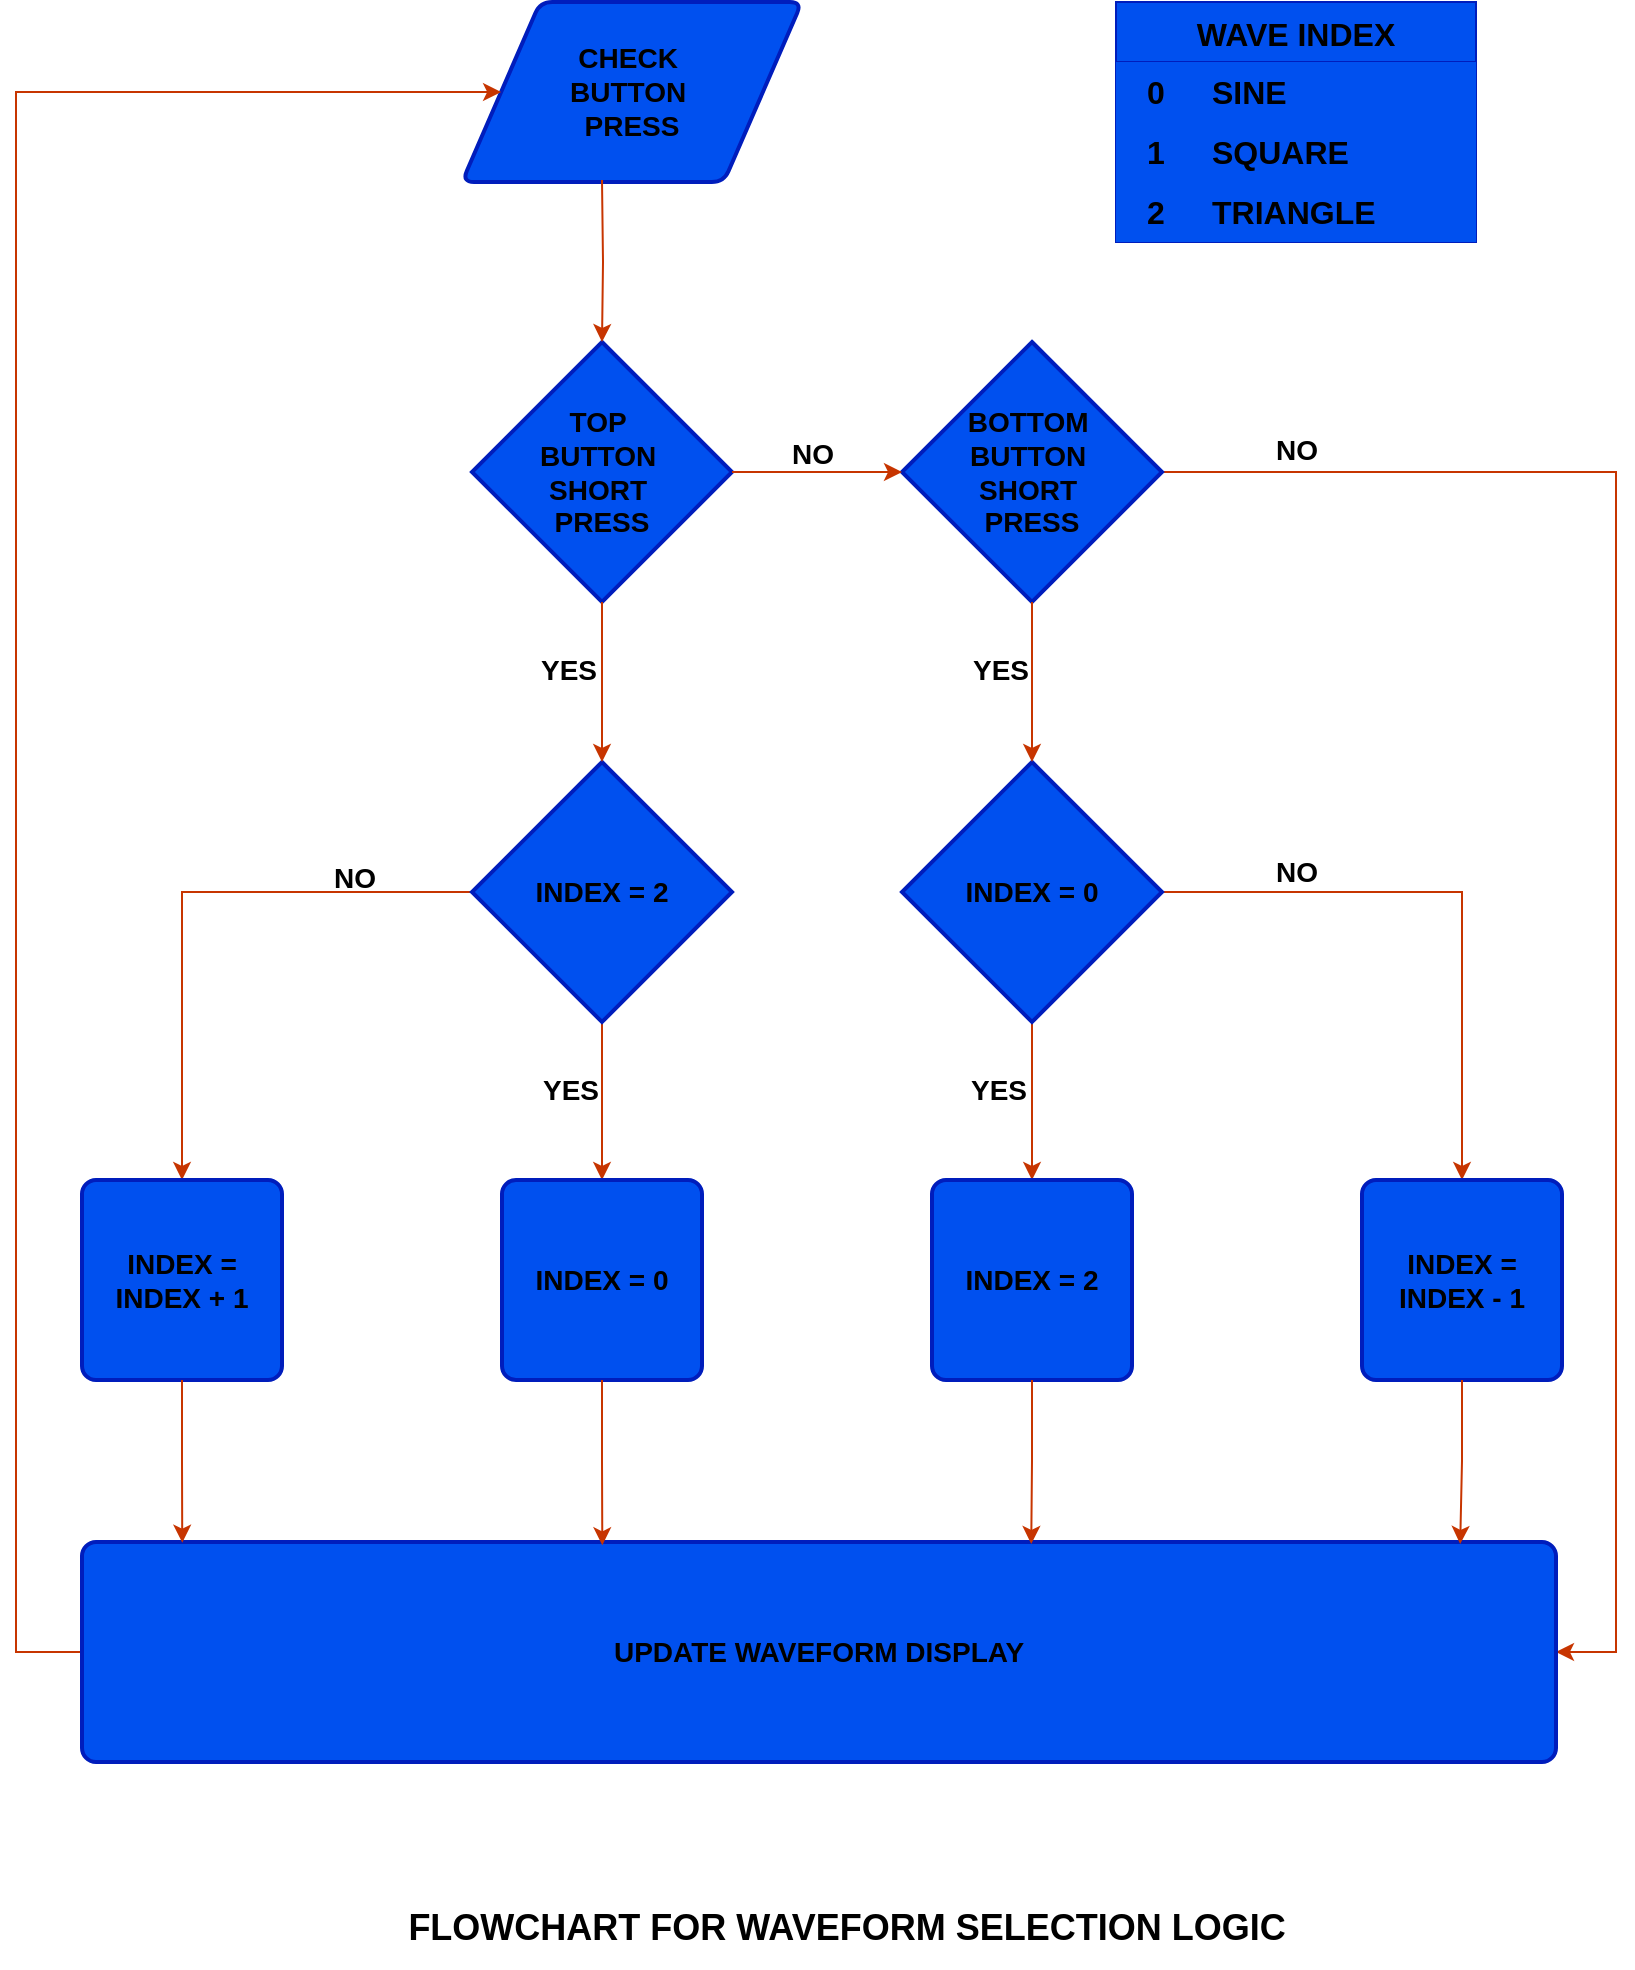
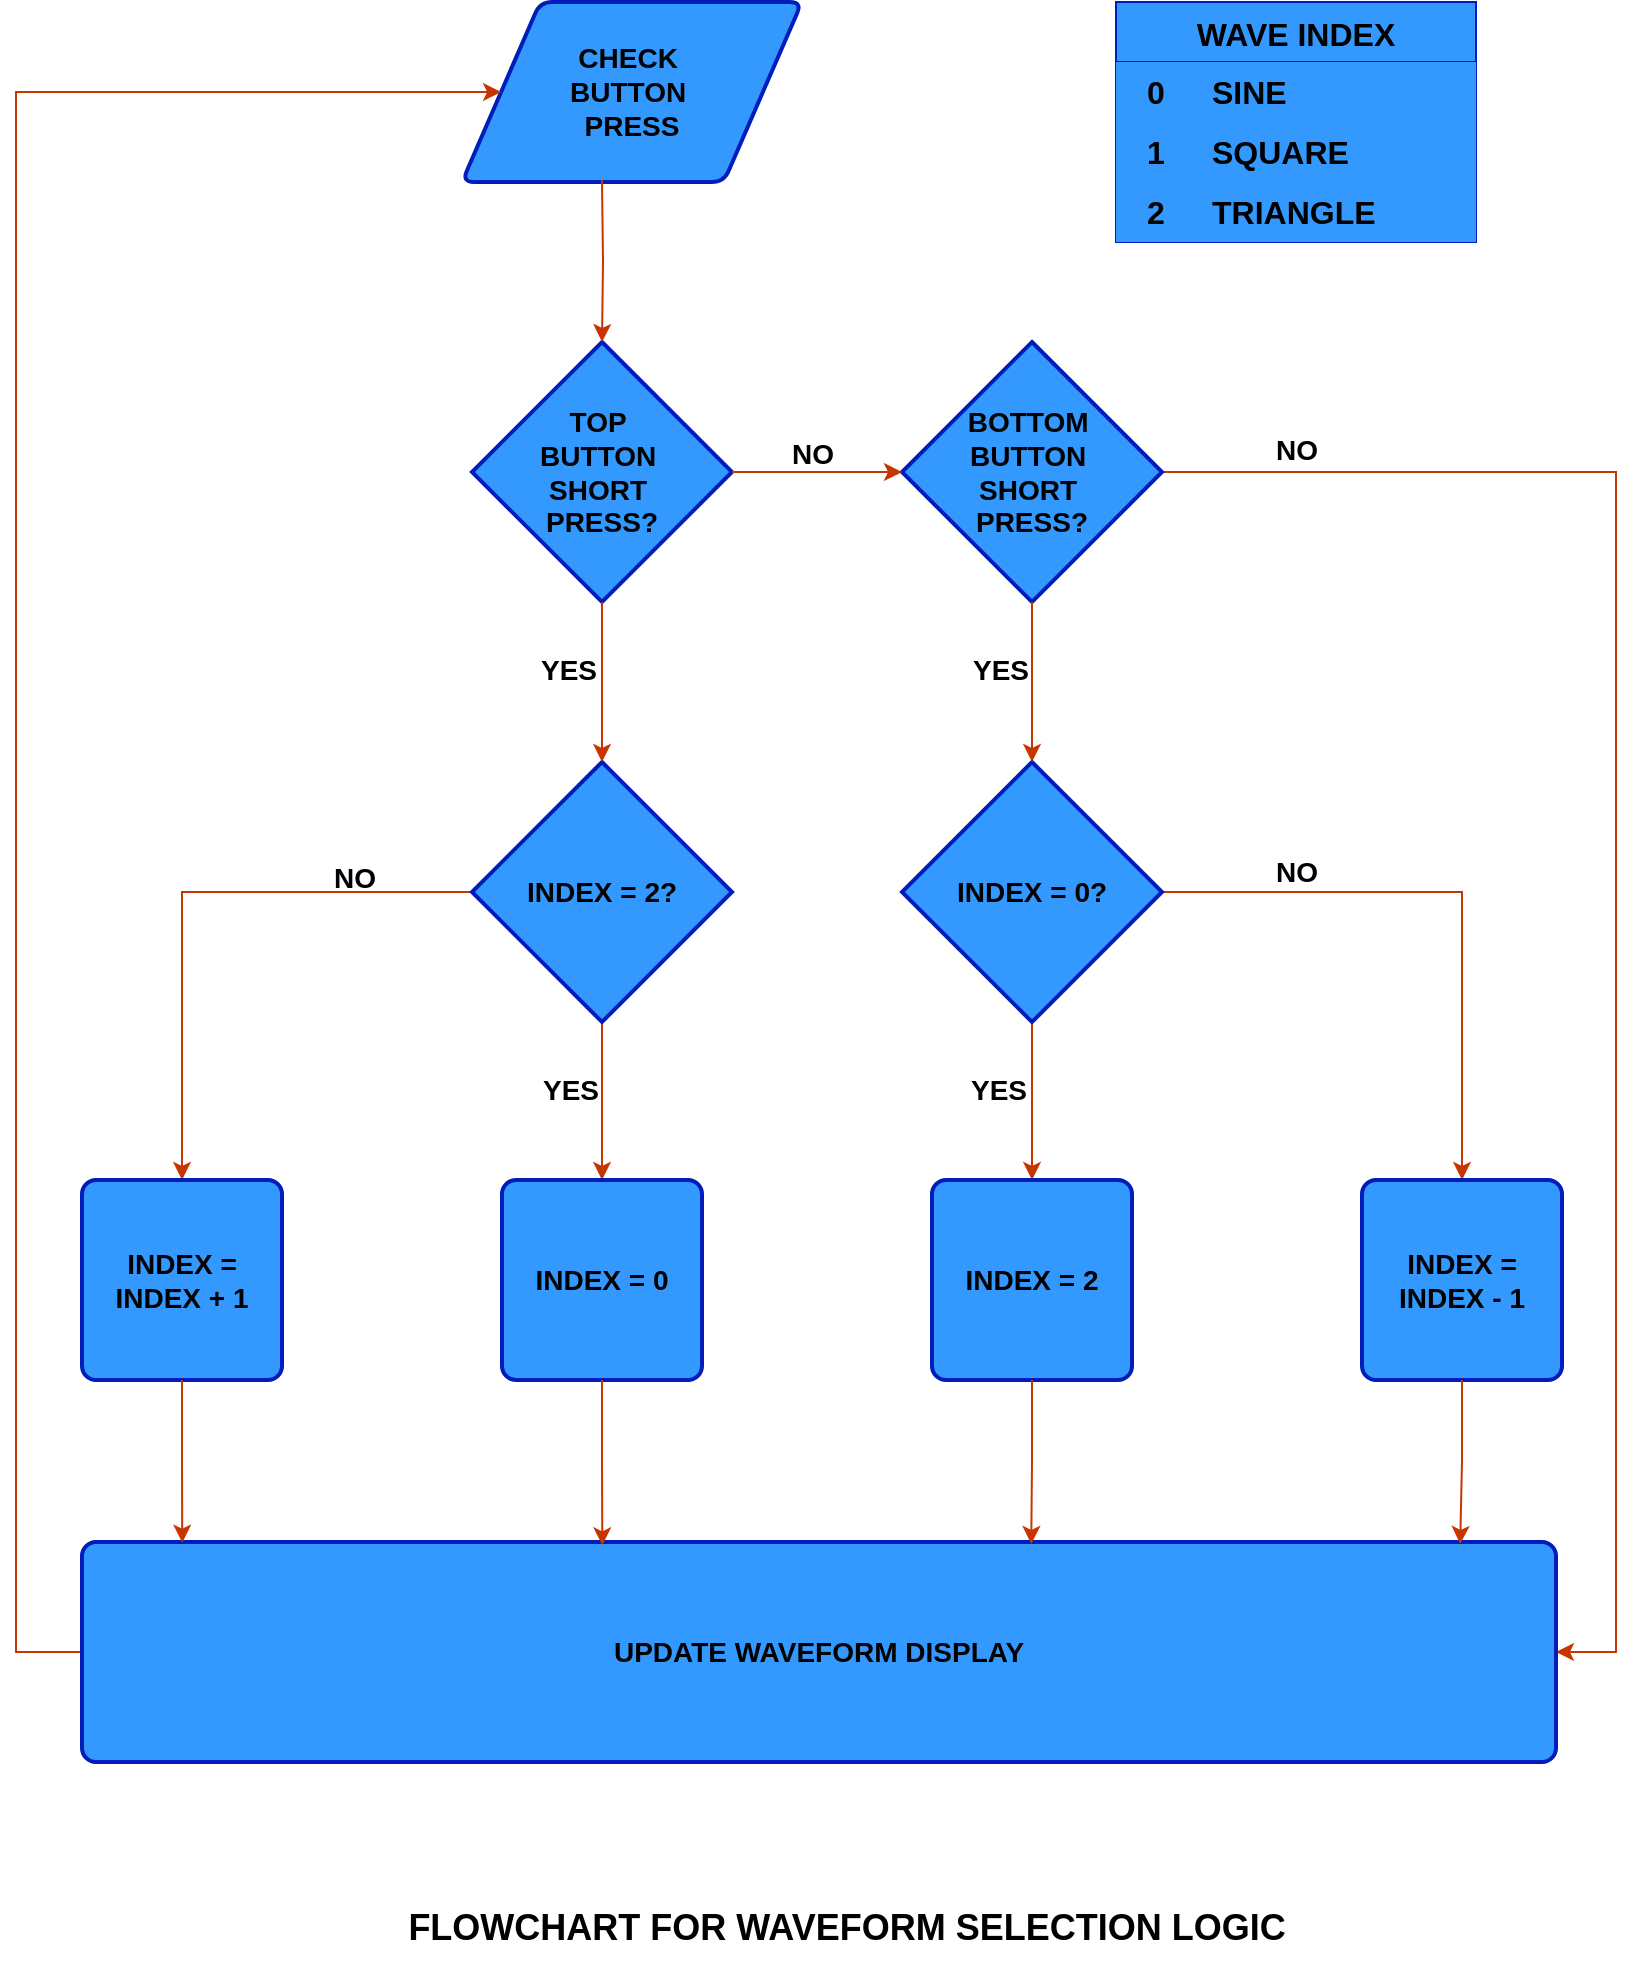
<mxfile host="Electron" agent="Mozilla/5.0 (Windows NT 10.0; Win64; x64) AppleWebKit/537.36 (KHTML, like Gecko) draw.io/25.0.2 Chrome/128.0.6613.186 Electron/32.2.5 Safari/537.36" version="25.0.2">
  <diagram name="Page-1" id="e5k1PKkikRhb9cdgyxIi">
-     <mxGraphModel dx="2933" dy="1800" grid="1" gridSize="10" guides="1" tooltips="1" connect="1" arrows="1" fold="1" page="1" pageScale="1" pageWidth="850" pageHeight="1100" math="0" shadow="0">
+     <mxGraphModel dx="880" dy="540" grid="1" gridSize="10" guides="1" tooltips="1" connect="1" arrows="1" fold="1" page="1" pageScale="1" pageWidth="850" pageHeight="1100" math="0" shadow="0">
      <root>
        <mxCell id="0" />
        <mxCell id="1" parent="0" />
-         <mxCell id="WsLoB2kRwpurbYqmuZyA-1" value="&lt;font color=&quot;#000000&quot; style=&quot;font-size: 14px;&quot;&gt;&lt;b&gt;CHECK&amp;nbsp;&lt;/b&gt;&lt;/font&gt;&lt;div&gt;&lt;font color=&quot;#000000&quot; style=&quot;font-size: 14px;&quot;&gt;&lt;b&gt;BUTTON&amp;nbsp;&lt;/b&gt;&lt;/font&gt;&lt;/div&gt;&lt;div&gt;&lt;font color=&quot;#000000&quot; style=&quot;font-size: 14px;&quot;&gt;&lt;b&gt;PRESS&lt;/b&gt;&lt;/font&gt;&lt;/div&gt;" style="shape=parallelogram;html=1;strokeWidth=2;perimeter=parallelogramPerimeter;whiteSpace=wrap;rounded=1;arcSize=12;size=0.23;fillColor=#0050ef;fontColor=#ffffff;strokeColor=#001DBC;" vertex="1" parent="1">
+         <mxCell id="WsLoB2kRwpurbYqmuZyA-1" value="&lt;font color=&quot;#000000&quot; style=&quot;font-size: 14px;&quot;&gt;&lt;b&gt;CHECK&amp;nbsp;&lt;/b&gt;&lt;/font&gt;&lt;div&gt;&lt;font color=&quot;#000000&quot; style=&quot;font-size: 14px;&quot;&gt;&lt;b&gt;BUTTON&amp;nbsp;&lt;/b&gt;&lt;/font&gt;&lt;/div&gt;&lt;div&gt;&lt;font color=&quot;#000000&quot; style=&quot;font-size: 14px;&quot;&gt;&lt;b&gt;PRESS&lt;/b&gt;&lt;/font&gt;&lt;/div&gt;" style="shape=parallelogram;html=1;strokeWidth=2;perimeter=parallelogramPerimeter;whiteSpace=wrap;rounded=1;arcSize=12;size=0.23;fillColor=#3399FF;fontColor=#ffffff;strokeColor=#001DBC;" parent="1" vertex="1">
          <mxGeometry x="233" y="70" width="170" height="90" as="geometry" />
        </mxCell>
-         <mxCell id="WsLoB2kRwpurbYqmuZyA-2" value="&lt;b&gt;&lt;font style=&quot;font-size: 14px;&quot; color=&quot;#000000&quot;&gt;TOP&amp;nbsp;&lt;/font&gt;&lt;/b&gt;&lt;div&gt;&lt;b&gt;&lt;font style=&quot;font-size: 14px;&quot; color=&quot;#000000&quot;&gt;BUTTON&amp;nbsp;&lt;/font&gt;&lt;/b&gt;&lt;/div&gt;&lt;div&gt;&lt;b&gt;&lt;font style=&quot;font-size: 14px;&quot; color=&quot;#000000&quot;&gt;SHORT&amp;nbsp;&lt;/font&gt;&lt;/b&gt;&lt;/div&gt;&lt;div&gt;&lt;b&gt;&lt;font style=&quot;font-size: 14px;&quot; color=&quot;#000000&quot;&gt;PRESS&lt;/font&gt;&lt;/b&gt;&lt;/div&gt;" style="strokeWidth=2;html=1;shape=mxgraph.flowchart.decision;whiteSpace=wrap;fillColor=#0050ef;fontColor=#ffffff;strokeColor=#001DBC;" vertex="1" parent="1">
+         <mxCell id="WsLoB2kRwpurbYqmuZyA-2" value="&lt;b&gt;&lt;font style=&quot;font-size: 14px;&quot; color=&quot;#000000&quot;&gt;TOP&amp;nbsp;&lt;/font&gt;&lt;/b&gt;&lt;div&gt;&lt;b&gt;&lt;font style=&quot;font-size: 14px;&quot; color=&quot;#000000&quot;&gt;BUTTON&amp;nbsp;&lt;/font&gt;&lt;/b&gt;&lt;/div&gt;&lt;div&gt;&lt;b&gt;&lt;font style=&quot;font-size: 14px;&quot; color=&quot;#000000&quot;&gt;SHORT&amp;nbsp;&lt;/font&gt;&lt;/b&gt;&lt;/div&gt;&lt;div&gt;&lt;b&gt;&lt;font style=&quot;font-size: 14px;&quot; color=&quot;#000000&quot;&gt;PRESS?&lt;/font&gt;&lt;/b&gt;&lt;/div&gt;" style="strokeWidth=2;html=1;shape=mxgraph.flowchart.decision;whiteSpace=wrap;fillColor=#3399FF;fontColor=#ffffff;strokeColor=#001DBC;" parent="1" vertex="1">
          <mxGeometry x="238" y="240" width="130" height="130" as="geometry" />
        </mxCell>
-         <mxCell id="WsLoB2kRwpurbYqmuZyA-18" style="edgeStyle=orthogonalEdgeStyle;rounded=0;orthogonalLoop=1;jettySize=auto;html=1;exitX=0.5;exitY=1;exitDx=0;exitDy=0;exitPerimeter=0;entryX=0.5;entryY=0;entryDx=0;entryDy=0;fillColor=#fa6800;strokeColor=#C73500;" edge="1" parent="1" source="WsLoB2kRwpurbYqmuZyA-3" target="WsLoB2kRwpurbYqmuZyA-6">
+         <mxCell id="WsLoB2kRwpurbYqmuZyA-18" style="edgeStyle=orthogonalEdgeStyle;rounded=0;orthogonalLoop=1;jettySize=auto;html=1;exitX=0.5;exitY=1;exitDx=0;exitDy=0;exitPerimeter=0;entryX=0.5;entryY=0;entryDx=0;entryDy=0;fillColor=#fa6800;strokeColor=#C73500;" parent="1" source="WsLoB2kRwpurbYqmuZyA-3" target="WsLoB2kRwpurbYqmuZyA-6" edge="1">
          <mxGeometry relative="1" as="geometry" />
        </mxCell>
-         <mxCell id="WsLoB2kRwpurbYqmuZyA-46" style="edgeStyle=orthogonalEdgeStyle;rounded=0;orthogonalLoop=1;jettySize=auto;html=1;exitX=0;exitY=0.5;exitDx=0;exitDy=0;exitPerimeter=0;entryX=0.5;entryY=0;entryDx=0;entryDy=0;fillColor=#fa6800;strokeColor=#C73500;" edge="1" parent="1" source="WsLoB2kRwpurbYqmuZyA-3" target="WsLoB2kRwpurbYqmuZyA-8">
+         <mxCell id="WsLoB2kRwpurbYqmuZyA-46" style="edgeStyle=orthogonalEdgeStyle;rounded=0;orthogonalLoop=1;jettySize=auto;html=1;exitX=0;exitY=0.5;exitDx=0;exitDy=0;exitPerimeter=0;entryX=0.5;entryY=0;entryDx=0;entryDy=0;fillColor=#fa6800;strokeColor=#C73500;" parent="1" source="WsLoB2kRwpurbYqmuZyA-3" target="WsLoB2kRwpurbYqmuZyA-8" edge="1">
          <mxGeometry relative="1" as="geometry" />
        </mxCell>
-         <mxCell id="WsLoB2kRwpurbYqmuZyA-3" value="&lt;b&gt;&lt;font style=&quot;font-size: 14px;&quot; color=&quot;#000000&quot;&gt;INDEX = 2&lt;/font&gt;&lt;/b&gt;" style="strokeWidth=2;html=1;shape=mxgraph.flowchart.decision;whiteSpace=wrap;fillColor=#0050ef;fontColor=#ffffff;strokeColor=#001DBC;" vertex="1" parent="1">
+         <mxCell id="WsLoB2kRwpurbYqmuZyA-3" value="&lt;b&gt;&lt;font style=&quot;font-size: 14px;&quot; color=&quot;#000000&quot;&gt;INDEX = 2?&lt;/font&gt;&lt;/b&gt;" style="strokeWidth=2;html=1;shape=mxgraph.flowchart.decision;whiteSpace=wrap;fillColor=#3399FF;fontColor=#ffffff;strokeColor=#001DBC;" parent="1" vertex="1">
          <mxGeometry x="238" y="450" width="130" height="130" as="geometry" />
        </mxCell>
-         <mxCell id="WsLoB2kRwpurbYqmuZyA-42" style="edgeStyle=orthogonalEdgeStyle;rounded=0;orthogonalLoop=1;jettySize=auto;html=1;exitX=1;exitY=0.5;exitDx=0;exitDy=0;exitPerimeter=0;entryX=1;entryY=0.5;entryDx=0;entryDy=0;fillColor=#fa6800;strokeColor=#C73500;" edge="1" parent="1" source="WsLoB2kRwpurbYqmuZyA-4" target="WsLoB2kRwpurbYqmuZyA-10">
+         <mxCell id="WsLoB2kRwpurbYqmuZyA-42" style="edgeStyle=orthogonalEdgeStyle;rounded=0;orthogonalLoop=1;jettySize=auto;html=1;exitX=1;exitY=0.5;exitDx=0;exitDy=0;exitPerimeter=0;entryX=1;entryY=0.5;entryDx=0;entryDy=0;fillColor=#fa6800;strokeColor=#C73500;" parent="1" source="WsLoB2kRwpurbYqmuZyA-4" target="WsLoB2kRwpurbYqmuZyA-10" edge="1">
          <mxGeometry relative="1" as="geometry">
            <Array as="points">
              <mxPoint x="810" y="305" />
              <mxPoint x="810" y="895" />
            </Array>
          </mxGeometry>
        </mxCell>
-         <mxCell id="WsLoB2kRwpurbYqmuZyA-4" value="&lt;div&gt;&lt;b&gt;&lt;font style=&quot;font-size: 14px;&quot; color=&quot;#000000&quot;&gt;&lt;span style=&quot;background-color: initial;&quot;&gt;BOTTOM&amp;nbsp;&lt;/span&gt;&lt;/font&gt;&lt;/b&gt;&lt;/div&gt;&lt;div&gt;&lt;b&gt;&lt;font style=&quot;font-size: 14px;&quot; color=&quot;#000000&quot;&gt;&lt;span style=&quot;background-color: initial;&quot;&gt;BUTTON&amp;nbsp;&lt;/span&gt;&lt;br&gt;&lt;/font&gt;&lt;/b&gt;&lt;/div&gt;&lt;div&gt;&lt;b&gt;&lt;font style=&quot;font-size: 14px;&quot; color=&quot;#000000&quot;&gt;SHORT&amp;nbsp;&lt;/font&gt;&lt;/b&gt;&lt;/div&gt;&lt;div&gt;&lt;b&gt;&lt;font style=&quot;font-size: 14px;&quot; color=&quot;#000000&quot;&gt;PRESS&lt;/font&gt;&lt;/b&gt;&lt;/div&gt;" style="strokeWidth=2;html=1;shape=mxgraph.flowchart.decision;whiteSpace=wrap;fillColor=#0050ef;fontColor=#ffffff;strokeColor=#001DBC;" vertex="1" parent="1">
+         <mxCell id="WsLoB2kRwpurbYqmuZyA-4" value="&lt;div&gt;&lt;b&gt;&lt;font style=&quot;font-size: 14px;&quot; color=&quot;#000000&quot;&gt;&lt;span style=&quot;background-color: initial;&quot;&gt;BOTTOM&amp;nbsp;&lt;/span&gt;&lt;/font&gt;&lt;/b&gt;&lt;/div&gt;&lt;div&gt;&lt;b&gt;&lt;font style=&quot;font-size: 14px;&quot; color=&quot;#000000&quot;&gt;&lt;span style=&quot;background-color: initial;&quot;&gt;BUTTON&amp;nbsp;&lt;/span&gt;&lt;br&gt;&lt;/font&gt;&lt;/b&gt;&lt;/div&gt;&lt;div&gt;&lt;b&gt;&lt;font style=&quot;font-size: 14px;&quot; color=&quot;#000000&quot;&gt;SHORT&amp;nbsp;&lt;/font&gt;&lt;/b&gt;&lt;/div&gt;&lt;div&gt;&lt;b&gt;&lt;font style=&quot;font-size: 14px;&quot; color=&quot;#000000&quot;&gt;PRESS?&lt;/font&gt;&lt;/b&gt;&lt;/div&gt;" style="strokeWidth=2;html=1;shape=mxgraph.flowchart.decision;whiteSpace=wrap;fillColor=#3399FF;fontColor=#ffffff;strokeColor=#001DBC;" parent="1" vertex="1">
          <mxGeometry x="453" y="240" width="130" height="130" as="geometry" />
        </mxCell>
-         <mxCell id="WsLoB2kRwpurbYqmuZyA-17" style="edgeStyle=orthogonalEdgeStyle;rounded=0;orthogonalLoop=1;jettySize=auto;html=1;exitX=0.5;exitY=1;exitDx=0;exitDy=0;exitPerimeter=0;entryX=0.5;entryY=0;entryDx=0;entryDy=0;fillColor=#fa6800;strokeColor=#C73500;" edge="1" parent="1" source="WsLoB2kRwpurbYqmuZyA-5" target="WsLoB2kRwpurbYqmuZyA-7">
+         <mxCell id="WsLoB2kRwpurbYqmuZyA-17" style="edgeStyle=orthogonalEdgeStyle;rounded=0;orthogonalLoop=1;jettySize=auto;html=1;exitX=0.5;exitY=1;exitDx=0;exitDy=0;exitPerimeter=0;entryX=0.5;entryY=0;entryDx=0;entryDy=0;fillColor=#fa6800;strokeColor=#C73500;" parent="1" source="WsLoB2kRwpurbYqmuZyA-5" target="WsLoB2kRwpurbYqmuZyA-7" edge="1">
          <mxGeometry relative="1" as="geometry" />
        </mxCell>
-         <mxCell id="WsLoB2kRwpurbYqmuZyA-19" style="edgeStyle=orthogonalEdgeStyle;rounded=0;orthogonalLoop=1;jettySize=auto;html=1;exitX=1;exitY=0.5;exitDx=0;exitDy=0;exitPerimeter=0;entryX=0.5;entryY=0;entryDx=0;entryDy=0;fillColor=#fa6800;strokeColor=#C73500;" edge="1" parent="1" source="WsLoB2kRwpurbYqmuZyA-5" target="WsLoB2kRwpurbYqmuZyA-9">
+         <mxCell id="WsLoB2kRwpurbYqmuZyA-19" style="edgeStyle=orthogonalEdgeStyle;rounded=0;orthogonalLoop=1;jettySize=auto;html=1;exitX=1;exitY=0.5;exitDx=0;exitDy=0;exitPerimeter=0;entryX=0.5;entryY=0;entryDx=0;entryDy=0;fillColor=#fa6800;strokeColor=#C73500;" parent="1" source="WsLoB2kRwpurbYqmuZyA-5" target="WsLoB2kRwpurbYqmuZyA-9" edge="1">
          <mxGeometry relative="1" as="geometry" />
        </mxCell>
-         <mxCell id="WsLoB2kRwpurbYqmuZyA-5" value="&lt;b&gt;&lt;font style=&quot;font-size: 14px;&quot; color=&quot;#000000&quot;&gt;INDEX = 0&lt;/font&gt;&lt;/b&gt;" style="strokeWidth=2;html=1;shape=mxgraph.flowchart.decision;whiteSpace=wrap;fillColor=#0050ef;fontColor=#ffffff;strokeColor=#001DBC;" vertex="1" parent="1">
+         <mxCell id="WsLoB2kRwpurbYqmuZyA-5" value="&lt;b&gt;&lt;font style=&quot;font-size: 14px;&quot; color=&quot;#000000&quot;&gt;INDEX = 0?&lt;/font&gt;&lt;/b&gt;" style="strokeWidth=2;html=1;shape=mxgraph.flowchart.decision;whiteSpace=wrap;fillColor=#3399FF;fontColor=#ffffff;strokeColor=#001DBC;" parent="1" vertex="1">
          <mxGeometry x="453" y="450" width="130" height="130" as="geometry" />
        </mxCell>
-         <mxCell id="WsLoB2kRwpurbYqmuZyA-6" value="&lt;b&gt;&lt;font color=&quot;#000000&quot; style=&quot;font-size: 14px;&quot;&gt;INDEX = 0&lt;/font&gt;&lt;/b&gt;" style="rounded=1;whiteSpace=wrap;html=1;absoluteArcSize=1;arcSize=14;strokeWidth=2;fillColor=#0050ef;fontColor=#ffffff;strokeColor=#001DBC;" vertex="1" parent="1">
+         <mxCell id="WsLoB2kRwpurbYqmuZyA-6" value="&lt;b&gt;&lt;font color=&quot;#000000&quot; style=&quot;font-size: 14px;&quot;&gt;INDEX = 0&lt;/font&gt;&lt;/b&gt;" style="rounded=1;whiteSpace=wrap;html=1;absoluteArcSize=1;arcSize=14;strokeWidth=2;fillColor=#3399FF;fontColor=#ffffff;strokeColor=#001DBC;" parent="1" vertex="1">
          <mxGeometry x="253" y="659" width="100" height="100" as="geometry" />
        </mxCell>
-         <mxCell id="WsLoB2kRwpurbYqmuZyA-7" value="&lt;b&gt;&lt;font color=&quot;#000000&quot; style=&quot;font-size: 14px;&quot;&gt;INDEX = 2&lt;/font&gt;&lt;/b&gt;" style="rounded=1;whiteSpace=wrap;html=1;absoluteArcSize=1;arcSize=14;strokeWidth=2;fillColor=#0050ef;fontColor=#ffffff;strokeColor=#001DBC;" vertex="1" parent="1">
+         <mxCell id="WsLoB2kRwpurbYqmuZyA-7" value="&lt;b&gt;&lt;font color=&quot;#000000&quot; style=&quot;font-size: 14px;&quot;&gt;INDEX = 2&lt;/font&gt;&lt;/b&gt;" style="rounded=1;whiteSpace=wrap;html=1;absoluteArcSize=1;arcSize=14;strokeWidth=2;fillColor=#3399FF;fontColor=#ffffff;strokeColor=#001DBC;" parent="1" vertex="1">
          <mxGeometry x="468" y="659" width="100" height="100" as="geometry" />
        </mxCell>
-         <mxCell id="WsLoB2kRwpurbYqmuZyA-8" value="&lt;b&gt;&lt;font style=&quot;font-size: 14px;&quot; color=&quot;#000000&quot;&gt;INDEX = INDEX + 1&lt;/font&gt;&lt;/b&gt;" style="rounded=1;whiteSpace=wrap;html=1;absoluteArcSize=1;arcSize=14;strokeWidth=2;fillColor=#0050ef;fontColor=#ffffff;strokeColor=#001DBC;" vertex="1" parent="1">
+         <mxCell id="WsLoB2kRwpurbYqmuZyA-8" value="&lt;b&gt;&lt;font style=&quot;font-size: 14px;&quot; color=&quot;#000000&quot;&gt;INDEX = INDEX + 1&lt;/font&gt;&lt;/b&gt;" style="rounded=1;whiteSpace=wrap;html=1;absoluteArcSize=1;arcSize=14;strokeWidth=2;fillColor=#3399FF;fontColor=#ffffff;strokeColor=#001DBC;" parent="1" vertex="1">
          <mxGeometry x="43" y="659" width="100" height="100" as="geometry" />
        </mxCell>
-         <mxCell id="WsLoB2kRwpurbYqmuZyA-9" value="&lt;b&gt;&lt;font style=&quot;font-size: 14px;&quot; color=&quot;#000000&quot;&gt;INDEX = INDEX - 1&lt;/font&gt;&lt;/b&gt;" style="rounded=1;whiteSpace=wrap;html=1;absoluteArcSize=1;arcSize=14;strokeWidth=2;fillColor=#0050ef;fontColor=#ffffff;strokeColor=#001DBC;" vertex="1" parent="1">
+         <mxCell id="WsLoB2kRwpurbYqmuZyA-9" value="&lt;b&gt;&lt;font style=&quot;font-size: 14px;&quot; color=&quot;#000000&quot;&gt;INDEX = INDEX - 1&lt;/font&gt;&lt;/b&gt;" style="rounded=1;whiteSpace=wrap;html=1;absoluteArcSize=1;arcSize=14;strokeWidth=2;fillColor=#3399FF;fontColor=#ffffff;strokeColor=#001DBC;" parent="1" vertex="1">
          <mxGeometry x="683" y="659" width="100" height="100" as="geometry" />
        </mxCell>
-         <mxCell id="WsLoB2kRwpurbYqmuZyA-43" style="edgeStyle=orthogonalEdgeStyle;rounded=0;orthogonalLoop=1;jettySize=auto;html=1;exitX=0;exitY=0.5;exitDx=0;exitDy=0;entryX=0;entryY=0.5;entryDx=0;entryDy=0;fillColor=#fa6800;strokeColor=#C73500;" edge="1" parent="1" source="WsLoB2kRwpurbYqmuZyA-10" target="WsLoB2kRwpurbYqmuZyA-1">
+         <mxCell id="WsLoB2kRwpurbYqmuZyA-43" style="edgeStyle=orthogonalEdgeStyle;rounded=0;orthogonalLoop=1;jettySize=auto;html=1;exitX=0;exitY=0.5;exitDx=0;exitDy=0;entryX=0;entryY=0.5;entryDx=0;entryDy=0;fillColor=#fa6800;strokeColor=#C73500;" parent="1" source="WsLoB2kRwpurbYqmuZyA-10" target="WsLoB2kRwpurbYqmuZyA-1" edge="1">
          <mxGeometry relative="1" as="geometry">
            <Array as="points">
              <mxPoint x="10" y="895" />
              <mxPoint x="10" y="115" />
            </Array>
          </mxGeometry>
        </mxCell>
-         <mxCell id="WsLoB2kRwpurbYqmuZyA-10" value="&lt;b&gt;&lt;font color=&quot;#000000&quot; style=&quot;font-size: 14px;&quot;&gt;UPDATE WAVEFORM DISPLAY&lt;/font&gt;&lt;/b&gt;" style="rounded=1;whiteSpace=wrap;html=1;absoluteArcSize=1;arcSize=14;strokeWidth=2;fillColor=#0050ef;fontColor=#ffffff;strokeColor=#001DBC;" vertex="1" parent="1">
+         <mxCell id="WsLoB2kRwpurbYqmuZyA-10" value="&lt;b&gt;&lt;font color=&quot;#000000&quot; style=&quot;font-size: 14px;&quot;&gt;UPDATE WAVEFORM DISPLAY&lt;/font&gt;&lt;/b&gt;" style="rounded=1;whiteSpace=wrap;html=1;absoluteArcSize=1;arcSize=14;strokeWidth=2;fillColor=#3399FF;fontColor=#ffffff;strokeColor=#001DBC;" parent="1" vertex="1">
          <mxGeometry x="43" y="840" width="737" height="110" as="geometry" />
        </mxCell>
-         <mxCell id="WsLoB2kRwpurbYqmuZyA-13" style="edgeStyle=orthogonalEdgeStyle;rounded=0;orthogonalLoop=1;jettySize=auto;html=1;entryX=0.5;entryY=0;entryDx=0;entryDy=0;entryPerimeter=0;fillColor=#fa6800;strokeColor=#C73500;" edge="1" parent="1" target="WsLoB2kRwpurbYqmuZyA-2">
+         <mxCell id="WsLoB2kRwpurbYqmuZyA-13" style="edgeStyle=orthogonalEdgeStyle;rounded=0;orthogonalLoop=1;jettySize=auto;html=1;entryX=0.5;entryY=0;entryDx=0;entryDy=0;entryPerimeter=0;fillColor=#fa6800;strokeColor=#C73500;" parent="1" target="WsLoB2kRwpurbYqmuZyA-2" edge="1">
          <mxGeometry relative="1" as="geometry">
            <mxPoint x="303" y="159" as="sourcePoint" />
            <mxPoint x="303" y="229" as="targetPoint" />
            <Array as="points" />
          </mxGeometry>
        </mxCell>
-         <mxCell id="WsLoB2kRwpurbYqmuZyA-14" style="edgeStyle=orthogonalEdgeStyle;rounded=0;orthogonalLoop=1;jettySize=auto;html=1;exitX=0.5;exitY=1;exitDx=0;exitDy=0;exitPerimeter=0;entryX=0.5;entryY=0;entryDx=0;entryDy=0;entryPerimeter=0;fillColor=#fa6800;strokeColor=#C73500;" edge="1" parent="1" source="WsLoB2kRwpurbYqmuZyA-2" target="WsLoB2kRwpurbYqmuZyA-3">
+         <mxCell id="WsLoB2kRwpurbYqmuZyA-14" style="edgeStyle=orthogonalEdgeStyle;rounded=0;orthogonalLoop=1;jettySize=auto;html=1;exitX=0.5;exitY=1;exitDx=0;exitDy=0;exitPerimeter=0;entryX=0.5;entryY=0;entryDx=0;entryDy=0;entryPerimeter=0;fillColor=#fa6800;strokeColor=#C73500;" parent="1" source="WsLoB2kRwpurbYqmuZyA-2" target="WsLoB2kRwpurbYqmuZyA-3" edge="1">
          <mxGeometry relative="1" as="geometry" />
        </mxCell>
-         <mxCell id="WsLoB2kRwpurbYqmuZyA-15" style="edgeStyle=orthogonalEdgeStyle;rounded=0;orthogonalLoop=1;jettySize=auto;html=1;exitX=1;exitY=0.5;exitDx=0;exitDy=0;exitPerimeter=0;entryX=0;entryY=0.5;entryDx=0;entryDy=0;entryPerimeter=0;fillColor=#fa6800;strokeColor=#C73500;" edge="1" parent="1" source="WsLoB2kRwpurbYqmuZyA-2" target="WsLoB2kRwpurbYqmuZyA-4">
+         <mxCell id="WsLoB2kRwpurbYqmuZyA-15" style="edgeStyle=orthogonalEdgeStyle;rounded=0;orthogonalLoop=1;jettySize=auto;html=1;exitX=1;exitY=0.5;exitDx=0;exitDy=0;exitPerimeter=0;entryX=0;entryY=0.5;entryDx=0;entryDy=0;entryPerimeter=0;fillColor=#fa6800;strokeColor=#C73500;" parent="1" source="WsLoB2kRwpurbYqmuZyA-2" target="WsLoB2kRwpurbYqmuZyA-4" edge="1">
          <mxGeometry relative="1" as="geometry" />
        </mxCell>
-         <mxCell id="WsLoB2kRwpurbYqmuZyA-16" style="edgeStyle=orthogonalEdgeStyle;rounded=0;orthogonalLoop=1;jettySize=auto;html=1;exitX=0.5;exitY=1;exitDx=0;exitDy=0;exitPerimeter=0;entryX=0.5;entryY=0;entryDx=0;entryDy=0;entryPerimeter=0;fillColor=#fa6800;strokeColor=#C73500;" edge="1" parent="1" source="WsLoB2kRwpurbYqmuZyA-4" target="WsLoB2kRwpurbYqmuZyA-5">
+         <mxCell id="WsLoB2kRwpurbYqmuZyA-16" style="edgeStyle=orthogonalEdgeStyle;rounded=0;orthogonalLoop=1;jettySize=auto;html=1;exitX=0.5;exitY=1;exitDx=0;exitDy=0;exitPerimeter=0;entryX=0.5;entryY=0;entryDx=0;entryDy=0;entryPerimeter=0;fillColor=#fa6800;strokeColor=#C73500;" parent="1" source="WsLoB2kRwpurbYqmuZyA-4" target="WsLoB2kRwpurbYqmuZyA-5" edge="1">
          <mxGeometry relative="1" as="geometry" />
        </mxCell>
-         <mxCell id="WsLoB2kRwpurbYqmuZyA-38" style="edgeStyle=orthogonalEdgeStyle;rounded=0;orthogonalLoop=1;jettySize=auto;html=1;exitX=0.5;exitY=1;exitDx=0;exitDy=0;entryX=0.935;entryY=0.009;entryDx=0;entryDy=0;entryPerimeter=0;fillColor=#fa6800;strokeColor=#C73500;" edge="1" parent="1" source="WsLoB2kRwpurbYqmuZyA-9" target="WsLoB2kRwpurbYqmuZyA-10">
+         <mxCell id="WsLoB2kRwpurbYqmuZyA-38" style="edgeStyle=orthogonalEdgeStyle;rounded=0;orthogonalLoop=1;jettySize=auto;html=1;exitX=0.5;exitY=1;exitDx=0;exitDy=0;entryX=0.935;entryY=0.009;entryDx=0;entryDy=0;entryPerimeter=0;fillColor=#fa6800;strokeColor=#C73500;" parent="1" source="WsLoB2kRwpurbYqmuZyA-9" target="WsLoB2kRwpurbYqmuZyA-10" edge="1">
          <mxGeometry relative="1" as="geometry" />
        </mxCell>
-         <mxCell id="WsLoB2kRwpurbYqmuZyA-39" style="edgeStyle=orthogonalEdgeStyle;rounded=0;orthogonalLoop=1;jettySize=auto;html=1;exitX=0.5;exitY=1;exitDx=0;exitDy=0;entryX=0.644;entryY=0.009;entryDx=0;entryDy=0;entryPerimeter=0;fillColor=#fa6800;strokeColor=#C73500;" edge="1" parent="1" source="WsLoB2kRwpurbYqmuZyA-7" target="WsLoB2kRwpurbYqmuZyA-10">
+         <mxCell id="WsLoB2kRwpurbYqmuZyA-39" style="edgeStyle=orthogonalEdgeStyle;rounded=0;orthogonalLoop=1;jettySize=auto;html=1;exitX=0.5;exitY=1;exitDx=0;exitDy=0;entryX=0.644;entryY=0.009;entryDx=0;entryDy=0;entryPerimeter=0;fillColor=#fa6800;strokeColor=#C73500;" parent="1" source="WsLoB2kRwpurbYqmuZyA-7" target="WsLoB2kRwpurbYqmuZyA-10" edge="1">
          <mxGeometry relative="1" as="geometry" />
        </mxCell>
-         <mxCell id="WsLoB2kRwpurbYqmuZyA-40" style="edgeStyle=orthogonalEdgeStyle;rounded=0;orthogonalLoop=1;jettySize=auto;html=1;exitX=0.5;exitY=1;exitDx=0;exitDy=0;entryX=0.353;entryY=0.015;entryDx=0;entryDy=0;entryPerimeter=0;fillColor=#fa6800;strokeColor=#C73500;" edge="1" parent="1" source="WsLoB2kRwpurbYqmuZyA-6" target="WsLoB2kRwpurbYqmuZyA-10">
+         <mxCell id="WsLoB2kRwpurbYqmuZyA-40" style="edgeStyle=orthogonalEdgeStyle;rounded=0;orthogonalLoop=1;jettySize=auto;html=1;exitX=0.5;exitY=1;exitDx=0;exitDy=0;entryX=0.353;entryY=0.015;entryDx=0;entryDy=0;entryPerimeter=0;fillColor=#fa6800;strokeColor=#C73500;" parent="1" source="WsLoB2kRwpurbYqmuZyA-6" target="WsLoB2kRwpurbYqmuZyA-10" edge="1">
          <mxGeometry relative="1" as="geometry" />
        </mxCell>
-         <mxCell id="WsLoB2kRwpurbYqmuZyA-41" style="edgeStyle=orthogonalEdgeStyle;rounded=0;orthogonalLoop=1;jettySize=auto;html=1;exitX=0.5;exitY=1;exitDx=0;exitDy=0;entryX=0.068;entryY=0.003;entryDx=0;entryDy=0;entryPerimeter=0;fillColor=#fa6800;strokeColor=#C73500;" edge="1" parent="1" source="WsLoB2kRwpurbYqmuZyA-8" target="WsLoB2kRwpurbYqmuZyA-10">
+         <mxCell id="WsLoB2kRwpurbYqmuZyA-41" style="edgeStyle=orthogonalEdgeStyle;rounded=0;orthogonalLoop=1;jettySize=auto;html=1;exitX=0.5;exitY=1;exitDx=0;exitDy=0;entryX=0.068;entryY=0.003;entryDx=0;entryDy=0;entryPerimeter=0;fillColor=#fa6800;strokeColor=#C73500;" parent="1" source="WsLoB2kRwpurbYqmuZyA-8" target="WsLoB2kRwpurbYqmuZyA-10" edge="1">
          <mxGeometry relative="1" as="geometry" />
        </mxCell>
-         <mxCell id="WsLoB2kRwpurbYqmuZyA-44" value="&lt;font color=&quot;#000000&quot; style=&quot;font-size: 14px;&quot;&gt;&lt;b&gt;YES&lt;/b&gt;&lt;/font&gt;" style="text;html=1;align=center;verticalAlign=middle;resizable=0;points=[];autosize=1;strokeColor=none;fillColor=none;" vertex="1" parent="1">
+         <mxCell id="WsLoB2kRwpurbYqmuZyA-44" value="&lt;font color=&quot;#000000&quot; style=&quot;font-size: 14px;&quot;&gt;&lt;b&gt;YES&lt;/b&gt;&lt;/font&gt;" style="text;html=1;align=center;verticalAlign=middle;resizable=0;points=[];autosize=1;strokeColor=none;fillColor=none;" parent="1" vertex="1">
          <mxGeometry x="261" y="389" width="50" height="30" as="geometry" />
        </mxCell>
-         <mxCell id="WsLoB2kRwpurbYqmuZyA-45" value="&lt;b&gt;&lt;font style=&quot;font-size: 14px;&quot; color=&quot;#000000&quot;&gt;NO&lt;/font&gt;&lt;/b&gt;" style="text;html=1;align=center;verticalAlign=middle;resizable=0;points=[];autosize=1;strokeColor=none;fillColor=none;" vertex="1" parent="1">
+         <mxCell id="WsLoB2kRwpurbYqmuZyA-45" value="&lt;b&gt;&lt;font style=&quot;font-size: 14px;&quot; color=&quot;#000000&quot;&gt;NO&lt;/font&gt;&lt;/b&gt;" style="text;html=1;align=center;verticalAlign=middle;resizable=0;points=[];autosize=1;strokeColor=none;fillColor=none;" parent="1" vertex="1">
          <mxGeometry x="388" y="281" width="40" height="30" as="geometry" />
        </mxCell>
-         <mxCell id="WsLoB2kRwpurbYqmuZyA-47" value="&lt;font color=&quot;#000000&quot; style=&quot;font-size: 14px;&quot;&gt;&lt;b&gt;YES&lt;/b&gt;&lt;/font&gt;" style="text;html=1;align=center;verticalAlign=middle;resizable=0;points=[];autosize=1;strokeColor=none;fillColor=none;" vertex="1" parent="1">
+         <mxCell id="WsLoB2kRwpurbYqmuZyA-47" value="&lt;font color=&quot;#000000&quot; style=&quot;font-size: 14px;&quot;&gt;&lt;b&gt;YES&lt;/b&gt;&lt;/font&gt;" style="text;html=1;align=center;verticalAlign=middle;resizable=0;points=[];autosize=1;strokeColor=none;fillColor=none;" parent="1" vertex="1">
          <mxGeometry x="262" y="599" width="50" height="30" as="geometry" />
        </mxCell>
-         <mxCell id="WsLoB2kRwpurbYqmuZyA-48" value="&lt;b&gt;&lt;font style=&quot;font-size: 14px;&quot; color=&quot;#000000&quot;&gt;NO&lt;/font&gt;&lt;/b&gt;" style="text;html=1;align=center;verticalAlign=middle;resizable=0;points=[];autosize=1;strokeColor=none;fillColor=none;" vertex="1" parent="1">
+         <mxCell id="WsLoB2kRwpurbYqmuZyA-48" value="&lt;b&gt;&lt;font style=&quot;font-size: 14px;&quot; color=&quot;#000000&quot;&gt;NO&lt;/font&gt;&lt;/b&gt;" style="text;html=1;align=center;verticalAlign=middle;resizable=0;points=[];autosize=1;strokeColor=none;fillColor=none;" parent="1" vertex="1">
          <mxGeometry x="159" y="493" width="40" height="30" as="geometry" />
        </mxCell>
-         <mxCell id="WsLoB2kRwpurbYqmuZyA-49" value="&lt;font color=&quot;#000000&quot; style=&quot;font-size: 14px;&quot;&gt;&lt;b&gt;YES&lt;/b&gt;&lt;/font&gt;" style="text;html=1;align=center;verticalAlign=middle;resizable=0;points=[];autosize=1;strokeColor=none;fillColor=none;" vertex="1" parent="1">
+         <mxCell id="WsLoB2kRwpurbYqmuZyA-49" value="&lt;font color=&quot;#000000&quot; style=&quot;font-size: 14px;&quot;&gt;&lt;b&gt;YES&lt;/b&gt;&lt;/font&gt;" style="text;html=1;align=center;verticalAlign=middle;resizable=0;points=[];autosize=1;strokeColor=none;fillColor=none;" parent="1" vertex="1">
          <mxGeometry x="477" y="389" width="50" height="30" as="geometry" />
        </mxCell>
-         <mxCell id="WsLoB2kRwpurbYqmuZyA-50" value="&lt;font color=&quot;#000000&quot; style=&quot;font-size: 14px;&quot;&gt;&lt;b&gt;YES&lt;/b&gt;&lt;/font&gt;" style="text;html=1;align=center;verticalAlign=middle;resizable=0;points=[];autosize=1;strokeColor=none;fillColor=none;" vertex="1" parent="1">
+         <mxCell id="WsLoB2kRwpurbYqmuZyA-50" value="&lt;font color=&quot;#000000&quot; style=&quot;font-size: 14px;&quot;&gt;&lt;b&gt;YES&lt;/b&gt;&lt;/font&gt;" style="text;html=1;align=center;verticalAlign=middle;resizable=0;points=[];autosize=1;strokeColor=none;fillColor=none;" parent="1" vertex="1">
          <mxGeometry x="476" y="599" width="50" height="30" as="geometry" />
        </mxCell>
-         <mxCell id="WsLoB2kRwpurbYqmuZyA-51" value="&lt;b&gt;&lt;font style=&quot;font-size: 14px;&quot; color=&quot;#000000&quot;&gt;NO&lt;/font&gt;&lt;/b&gt;" style="text;html=1;align=center;verticalAlign=middle;resizable=0;points=[];autosize=1;strokeColor=none;fillColor=none;" vertex="1" parent="1">
+         <mxCell id="WsLoB2kRwpurbYqmuZyA-51" value="&lt;b&gt;&lt;font style=&quot;font-size: 14px;&quot; color=&quot;#000000&quot;&gt;NO&lt;/font&gt;&lt;/b&gt;" style="text;html=1;align=center;verticalAlign=middle;resizable=0;points=[];autosize=1;strokeColor=none;fillColor=none;" parent="1" vertex="1">
          <mxGeometry x="630" y="490" width="40" height="30" as="geometry" />
        </mxCell>
-         <mxCell id="WsLoB2kRwpurbYqmuZyA-52" value="&lt;b&gt;&lt;font style=&quot;font-size: 14px;&quot; color=&quot;#000000&quot;&gt;NO&lt;/font&gt;&lt;/b&gt;" style="text;html=1;align=center;verticalAlign=middle;resizable=0;points=[];autosize=1;strokeColor=none;fillColor=none;" vertex="1" parent="1">
+         <mxCell id="WsLoB2kRwpurbYqmuZyA-52" value="&lt;b&gt;&lt;font style=&quot;font-size: 14px;&quot; color=&quot;#000000&quot;&gt;NO&lt;/font&gt;&lt;/b&gt;" style="text;html=1;align=center;verticalAlign=middle;resizable=0;points=[];autosize=1;strokeColor=none;fillColor=none;" parent="1" vertex="1">
          <mxGeometry x="630" y="279" width="40" height="30" as="geometry" />
        </mxCell>
-         <mxCell id="WsLoB2kRwpurbYqmuZyA-54" value="WAVE INDEX" style="shape=table;startSize=30;container=1;collapsible=0;childLayout=tableLayout;fixedRows=1;rowLines=0;fontStyle=1;strokeColor=#001DBC;fontSize=16;fontColor=#000000;fillColor=#0050ef;" vertex="1" parent="1">
+         <mxCell id="WsLoB2kRwpurbYqmuZyA-54" value="WAVE INDEX" style="shape=table;startSize=30;container=1;collapsible=0;childLayout=tableLayout;fixedRows=1;rowLines=0;fontStyle=1;strokeColor=#001DBC;fontSize=16;fontColor=#000000;fillColor=#3399FF;" parent="1" vertex="1">
          <mxGeometry x="560" y="70" width="180" height="120" as="geometry" />
        </mxCell>
-         <mxCell id="WsLoB2kRwpurbYqmuZyA-55" value="" style="shape=tableRow;horizontal=0;startSize=0;swimlaneHead=0;swimlaneBody=0;top=0;left=0;bottom=0;right=0;collapsible=0;dropTarget=0;fillColor=none;points=[[0,0.5],[1,0.5]];portConstraint=eastwest;strokeColor=inherit;fontSize=16;" vertex="1" parent="WsLoB2kRwpurbYqmuZyA-54">
+         <mxCell id="WsLoB2kRwpurbYqmuZyA-55" value="" style="shape=tableRow;horizontal=0;startSize=0;swimlaneHead=0;swimlaneBody=0;top=0;left=0;bottom=0;right=0;collapsible=0;dropTarget=0;fillColor=none;points=[[0,0.5],[1,0.5]];portConstraint=eastwest;strokeColor=inherit;fontSize=16;" parent="WsLoB2kRwpurbYqmuZyA-54" vertex="1">
          <mxGeometry y="30" width="180" height="30" as="geometry" />
        </mxCell>
-         <mxCell id="WsLoB2kRwpurbYqmuZyA-56" value="&lt;b&gt;&lt;font color=&quot;#000000&quot;&gt;0&lt;/font&gt;&lt;/b&gt;" style="shape=partialRectangle;html=1;whiteSpace=wrap;connectable=0;fillColor=#0050ef;top=0;left=0;bottom=0;right=0;overflow=hidden;pointerEvents=1;strokeColor=#001DBC;fontSize=16;fontColor=#ffffff;" vertex="1" parent="WsLoB2kRwpurbYqmuZyA-55">
+         <mxCell id="WsLoB2kRwpurbYqmuZyA-56" value="&lt;b&gt;&lt;font color=&quot;#000000&quot;&gt;0&lt;/font&gt;&lt;/b&gt;" style="shape=partialRectangle;html=1;whiteSpace=wrap;connectable=0;fillColor=#3399FF;top=0;left=0;bottom=0;right=0;overflow=hidden;pointerEvents=1;strokeColor=#001DBC;fontSize=16;fontColor=#ffffff;" parent="WsLoB2kRwpurbYqmuZyA-55" vertex="1">
          <mxGeometry width="40" height="30" as="geometry">
            <mxRectangle width="40" height="30" as="alternateBounds" />
          </mxGeometry>
        </mxCell>
-         <mxCell id="WsLoB2kRwpurbYqmuZyA-57" value="&lt;b&gt;&lt;font color=&quot;#000000&quot;&gt;SINE&lt;/font&gt;&lt;/b&gt;" style="shape=partialRectangle;html=1;whiteSpace=wrap;connectable=0;fillColor=#0050ef;top=0;left=0;bottom=0;right=0;align=left;spacingLeft=6;overflow=hidden;strokeColor=#001DBC;fontSize=16;fontColor=#ffffff;" vertex="1" parent="WsLoB2kRwpurbYqmuZyA-55">
+         <mxCell id="WsLoB2kRwpurbYqmuZyA-57" value="&lt;b&gt;&lt;font color=&quot;#000000&quot;&gt;SINE&lt;/font&gt;&lt;/b&gt;" style="shape=partialRectangle;html=1;whiteSpace=wrap;connectable=0;fillColor=#3399FF;top=0;left=0;bottom=0;right=0;align=left;spacingLeft=6;overflow=hidden;strokeColor=#001DBC;fontSize=16;fontColor=#ffffff;" parent="WsLoB2kRwpurbYqmuZyA-55" vertex="1">
          <mxGeometry x="40" width="140" height="30" as="geometry">
            <mxRectangle width="140" height="30" as="alternateBounds" />
          </mxGeometry>
        </mxCell>
-         <mxCell id="WsLoB2kRwpurbYqmuZyA-58" value="" style="shape=tableRow;horizontal=0;startSize=0;swimlaneHead=0;swimlaneBody=0;top=0;left=0;bottom=0;right=0;collapsible=0;dropTarget=0;fillColor=none;points=[[0,0.5],[1,0.5]];portConstraint=eastwest;strokeColor=inherit;fontSize=16;" vertex="1" parent="WsLoB2kRwpurbYqmuZyA-54">
+         <mxCell id="WsLoB2kRwpurbYqmuZyA-58" value="" style="shape=tableRow;horizontal=0;startSize=0;swimlaneHead=0;swimlaneBody=0;top=0;left=0;bottom=0;right=0;collapsible=0;dropTarget=0;fillColor=none;points=[[0,0.5],[1,0.5]];portConstraint=eastwest;strokeColor=inherit;fontSize=16;" parent="WsLoB2kRwpurbYqmuZyA-54" vertex="1">
          <mxGeometry y="60" width="180" height="30" as="geometry" />
        </mxCell>
-         <mxCell id="WsLoB2kRwpurbYqmuZyA-59" value="&lt;b&gt;&lt;font color=&quot;#000000&quot;&gt;1&lt;/font&gt;&lt;/b&gt;" style="shape=partialRectangle;html=1;whiteSpace=wrap;connectable=0;fillColor=#0050ef;top=0;left=0;bottom=0;right=0;overflow=hidden;strokeColor=#001DBC;fontSize=16;fontColor=#ffffff;" vertex="1" parent="WsLoB2kRwpurbYqmuZyA-58">
+         <mxCell id="WsLoB2kRwpurbYqmuZyA-59" value="&lt;b&gt;&lt;font color=&quot;#000000&quot;&gt;1&lt;/font&gt;&lt;/b&gt;" style="shape=partialRectangle;html=1;whiteSpace=wrap;connectable=0;fillColor=#3399FF;top=0;left=0;bottom=0;right=0;overflow=hidden;strokeColor=#001DBC;fontSize=16;fontColor=#ffffff;" parent="WsLoB2kRwpurbYqmuZyA-58" vertex="1">
          <mxGeometry width="40" height="30" as="geometry">
            <mxRectangle width="40" height="30" as="alternateBounds" />
          </mxGeometry>
        </mxCell>
-         <mxCell id="WsLoB2kRwpurbYqmuZyA-60" value="&lt;b&gt;&lt;font color=&quot;#000000&quot;&gt;SQUARE&lt;/font&gt;&lt;/b&gt;" style="shape=partialRectangle;html=1;whiteSpace=wrap;connectable=0;fillColor=#0050ef;top=0;left=0;bottom=0;right=0;align=left;spacingLeft=6;overflow=hidden;strokeColor=#001DBC;fontSize=16;fontColor=#ffffff;" vertex="1" parent="WsLoB2kRwpurbYqmuZyA-58">
+         <mxCell id="WsLoB2kRwpurbYqmuZyA-60" value="&lt;b&gt;&lt;font color=&quot;#000000&quot;&gt;SQUARE&lt;/font&gt;&lt;/b&gt;" style="shape=partialRectangle;html=1;whiteSpace=wrap;connectable=0;fillColor=#3399FF;top=0;left=0;bottom=0;right=0;align=left;spacingLeft=6;overflow=hidden;strokeColor=#001DBC;fontSize=16;fontColor=#ffffff;" parent="WsLoB2kRwpurbYqmuZyA-58" vertex="1">
          <mxGeometry x="40" width="140" height="30" as="geometry">
            <mxRectangle width="140" height="30" as="alternateBounds" />
          </mxGeometry>
        </mxCell>
-         <mxCell id="WsLoB2kRwpurbYqmuZyA-61" value="" style="shape=tableRow;horizontal=0;startSize=0;swimlaneHead=0;swimlaneBody=0;top=0;left=0;bottom=0;right=0;collapsible=0;dropTarget=0;fillColor=none;points=[[0,0.5],[1,0.5]];portConstraint=eastwest;strokeColor=inherit;fontSize=16;" vertex="1" parent="WsLoB2kRwpurbYqmuZyA-54">
+         <mxCell id="WsLoB2kRwpurbYqmuZyA-61" value="" style="shape=tableRow;horizontal=0;startSize=0;swimlaneHead=0;swimlaneBody=0;top=0;left=0;bottom=0;right=0;collapsible=0;dropTarget=0;fillColor=none;points=[[0,0.5],[1,0.5]];portConstraint=eastwest;strokeColor=inherit;fontSize=16;" parent="WsLoB2kRwpurbYqmuZyA-54" vertex="1">
          <mxGeometry y="90" width="180" height="30" as="geometry" />
        </mxCell>
-         <mxCell id="WsLoB2kRwpurbYqmuZyA-62" value="&lt;b&gt;&lt;font color=&quot;#000000&quot;&gt;2&lt;/font&gt;&lt;/b&gt;" style="shape=partialRectangle;html=1;whiteSpace=wrap;connectable=0;fillColor=#0050ef;top=0;left=0;bottom=0;right=0;overflow=hidden;strokeColor=#001DBC;fontSize=16;fontColor=#ffffff;" vertex="1" parent="WsLoB2kRwpurbYqmuZyA-61">
+         <mxCell id="WsLoB2kRwpurbYqmuZyA-62" value="&lt;b&gt;&lt;font color=&quot;#000000&quot;&gt;2&lt;/font&gt;&lt;/b&gt;" style="shape=partialRectangle;html=1;whiteSpace=wrap;connectable=0;fillColor=#3399FF;top=0;left=0;bottom=0;right=0;overflow=hidden;strokeColor=#001DBC;fontSize=16;fontColor=#ffffff;" parent="WsLoB2kRwpurbYqmuZyA-61" vertex="1">
          <mxGeometry width="40" height="30" as="geometry">
            <mxRectangle width="40" height="30" as="alternateBounds" />
          </mxGeometry>
        </mxCell>
-         <mxCell id="WsLoB2kRwpurbYqmuZyA-63" value="&lt;b&gt;&lt;font color=&quot;#000000&quot;&gt;TRIANGLE&lt;/font&gt;&lt;/b&gt;" style="shape=partialRectangle;html=1;whiteSpace=wrap;connectable=0;fillColor=#0050ef;top=0;left=0;bottom=0;right=0;align=left;spacingLeft=6;overflow=hidden;strokeColor=#001DBC;fontSize=16;fontColor=#ffffff;" vertex="1" parent="WsLoB2kRwpurbYqmuZyA-61">
+         <mxCell id="WsLoB2kRwpurbYqmuZyA-63" value="&lt;b&gt;&lt;font color=&quot;#000000&quot;&gt;TRIANGLE&lt;/font&gt;&lt;/b&gt;" style="shape=partialRectangle;html=1;whiteSpace=wrap;connectable=0;fillColor=#3399FF;top=0;left=0;bottom=0;right=0;align=left;spacingLeft=6;overflow=hidden;strokeColor=#001DBC;fontSize=16;fontColor=#ffffff;" parent="WsLoB2kRwpurbYqmuZyA-61" vertex="1">
          <mxGeometry x="40" width="140" height="30" as="geometry">
            <mxRectangle width="140" height="30" as="alternateBounds" />
          </mxGeometry>
        </mxCell>
-         <mxCell id="WsLoB2kRwpurbYqmuZyA-77" value="&lt;font color=&quot;#000000&quot; style=&quot;font-size: 18px;&quot;&gt;&lt;b&gt;FLOWCHART FOR WAVEFORM SELECTION LOGIC&lt;/b&gt;&lt;/font&gt;" style="text;html=1;align=center;verticalAlign=middle;resizable=0;points=[];autosize=1;strokeColor=none;fillColor=none;" vertex="1" parent="1">
+         <mxCell id="WsLoB2kRwpurbYqmuZyA-77" value="&lt;font color=&quot;#000000&quot; style=&quot;font-size: 18px;&quot;&gt;&lt;b&gt;FLOWCHART FOR WAVEFORM SELECTION LOGIC&lt;/b&gt;&lt;/font&gt;" style="text;html=1;align=center;verticalAlign=middle;resizable=0;points=[];autosize=1;strokeColor=none;fillColor=none;" parent="1" vertex="1">
          <mxGeometry x="195" y="1013" width="460" height="40" as="geometry" />
        </mxCell>
      </root>
    </mxGraphModel>
  </diagram>
</mxfile>
